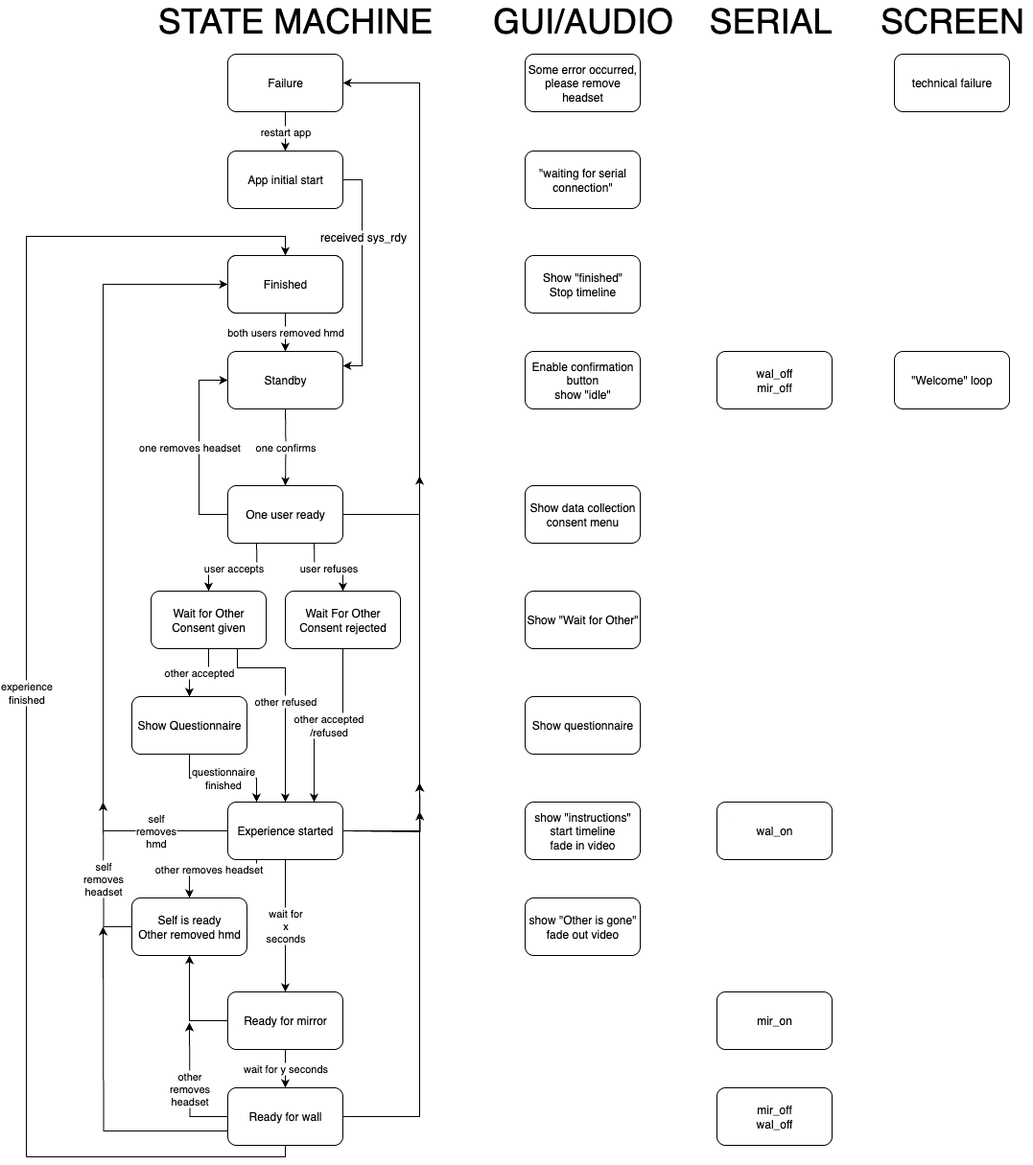
The draw.io diagram Docs/Technorama/Technorama flow.png in BeAnotherLab/The-Machine-to-be-Another-Unity, before a commit. Source tidied: cells renumbered, new cells last; positions are measured from the earlier drawing's top-left corner, leaving out a move shared by most shapes.
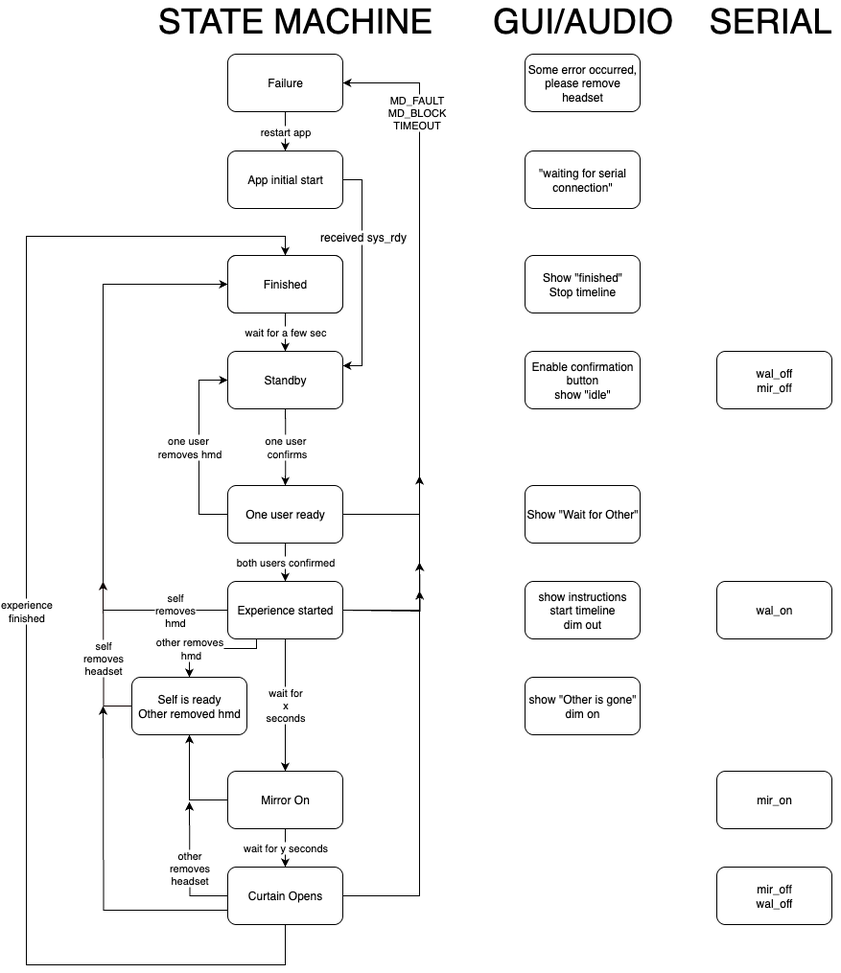
Above is the later version.

Commit message:
more accurate technorama flow

The edit, as a diff of the source:
```diff
@@ -4,8 +4,8 @@
     <mxCell id="1" parent="0" />
-    <mxCell id="2" value="both users removed hmd" style="edgeStyle=orthogonalEdgeStyle;rounded=0;jettySize=auto;html=1;" parent="1" edge="1" source="3" target="4">
-      <mxGeometry relative="1" as="geometry" />
-    </mxCell>
-    <mxCell id="3" value="Finished" style="rounded=1;whiteSpace=wrap;html=1;" parent="1" vertex="1">
-      <mxGeometry x="210" y="260" width="120" height="60" as="geometry" />
-    </mxCell>
+    <mxCell id="59" value="wait for a few sec" style="edgeStyle=orthogonalEdgeStyle;rounded=0;jettySize=auto;html=1;" parent="1" edge="1" source="60" target="4">
+      <mxGeometry relative="1" as="geometry" />
+    </mxCell>
+    <mxCell id="60" value="Finished" style="rounded=1;whiteSpace=wrap;html=1;" parent="1" vertex="1">
+      <mxGeometry x="210" y="260" width="120" height="60" as="geometry" />
+    </mxCell>
     <mxCell id="4" value="Standby" style="rounded=1;whiteSpace=wrap;html=1;" parent="1" vertex="1">
@@ -13,10 +13,10 @@
     </mxCell>
-    <mxCell id="5" value="&lt;div&gt;wait for &lt;br&gt;&lt;/div&gt;&lt;div&gt;x &lt;br&gt;&lt;/div&gt;&lt;div&gt;seconds&lt;br&gt;&lt;/div&gt;" style="edgeStyle=orthogonalEdgeStyle;rounded=0;jettySize=auto;html=1;" parent="1" edge="1" source="8" target="11">
+    <mxCell id="5" value="&lt;div&gt;wait for &lt;br&gt;&lt;/div&gt;&lt;div&gt;x &lt;br&gt;&lt;/div&gt;&lt;div&gt;seconds&lt;br&gt;&lt;/div&gt;" style="edgeStyle=orthogonalEdgeStyle;rounded=0;jettySize=auto;html=1;" parent="1" edge="1" source="8" target="63">
       <mxGeometry relative="1" as="geometry" />
     </mxCell>
-    <mxCell id="6" value="other removes headset" style="edgeStyle=orthogonalEdgeStyle;rounded=0;jettySize=auto;html=1;exitX=0.25;exitY=1;exitDx=0;exitDy=0;entryX=0.5;entryY=0;entryDx=0;entryDy=0;" parent="1" edge="1" source="8" target="22">
-      <mxGeometry x="0.09" relative="1" as="geometry">
+    <mxCell id="6" value="other removes&lt;div&gt;&amp;nbsp;hmd&lt;/div&gt;" style="edgeStyle=orthogonalEdgeStyle;rounded=0;jettySize=auto;html=1;exitX=0.25;exitY=1;exitDx=0;exitDy=0;entryX=0.5;entryY=0;entryDx=0;entryDy=0;" parent="1" edge="1" source="8" target="22">
+      <mxGeometry x="0.45" relative="1" as="geometry">
         <Array as="points">
-          <mxPoint x="240" y="900" />
-          <mxPoint x="170" y="900" />
+          <mxPoint x="240" y="670" />
+          <mxPoint x="170" y="670" />
         </Array>
@@ -24,29 +24,29 @@
     </mxCell>
-    <mxCell id="7" style="edgeStyle=orthogonalEdgeStyle;rounded=0;jettySize=auto;html=1;exitX=1;exitY=0.5;exitDx=0;exitDy=0;" parent="1" edge="1" source="8">
-      <mxGeometry relative="1" as="geometry">
-        <mxPoint x="410" y="810" as="targetPoint" />
-      </mxGeometry>
-    </mxCell>
+    <mxCell id="61" style="edgeStyle=orthogonalEdgeStyle;rounded=0;jettySize=auto;html=1;exitX=1;exitY=0.5;exitDx=0;exitDy=0;" parent="1" edge="1" source="8">
+      <mxGeometry relative="1" as="geometry">
+        <mxPoint x="410" y="580" as="targetPoint" />
+      </mxGeometry>
+    </mxCell>
     <mxCell id="8" value="Experience started" style="rounded=1;whiteSpace=wrap;html=1;" parent="1" vertex="1">
-      <mxGeometry x="210" y="830" width="120" height="60" as="geometry" />
+      <mxGeometry x="210" y="600" width="120" height="60" as="geometry" />
     </mxCell>
-    <mxCell id="9" value="&lt;div&gt;wait for y seconds&lt;/div&gt;" style="edgeStyle=orthogonalEdgeStyle;rounded=0;jettySize=auto;html=1;" parent="1" edge="1" source="11" target="16">
+    <mxCell id="9" value="&lt;div&gt;wait for y seconds&lt;/div&gt;" style="edgeStyle=orthogonalEdgeStyle;rounded=0;jettySize=auto;html=1;" parent="1" edge="1" source="63" target="67">
       <mxGeometry relative="1" as="geometry" />
     </mxCell>
-    <mxCell id="10" style="edgeStyle=orthogonalEdgeStyle;rounded=0;jettySize=auto;html=1;exitX=0;exitY=0.25;exitDx=0;exitDy=0;entryX=0.5;entryY=1;entryDx=0;entryDy=0;strokeColor=#000000;fontColor=#FF2121;" parent="1" edge="1" source="11" target="22">
-      <mxGeometry relative="1" as="geometry">
-        <Array as="points">
-          <mxPoint x="210" y="1058" />
-          <mxPoint x="170" y="1058" />
-        </Array>
-      </mxGeometry>
-    </mxCell>
-    <mxCell id="11" value="Ready for mirror" style="rounded=1;whiteSpace=wrap;html=1;" parent="1" vertex="1">
-      <mxGeometry x="210" y="1028" width="120" height="60" as="geometry" />
-    </mxCell>
+    <mxCell id="62" style="edgeStyle=orthogonalEdgeStyle;rounded=0;jettySize=auto;html=1;exitX=0;exitY=0.25;exitDx=0;exitDy=0;entryX=0.5;entryY=1;entryDx=0;entryDy=0;strokeColor=#000000;fontColor=#FF2121;" parent="1" edge="1" source="63" target="22">
+      <mxGeometry relative="1" as="geometry">
+        <Array as="points">
+          <mxPoint x="210" y="828" />
+          <mxPoint x="170" y="828" />
+        </Array>
+      </mxGeometry>
+    </mxCell>
+    <mxCell id="63" value="Mirror On" style="rounded=1;whiteSpace=wrap;html=1;" parent="1" vertex="1">
+      <mxGeometry x="210" y="798" width="120" height="60" as="geometry" />
+    </mxCell>
-    <mxCell id="12" value="&lt;div&gt;experience&lt;/div&gt;&lt;div&gt;finished&lt;br&gt;&lt;/div&gt;" style="edgeStyle=orthogonalEdgeStyle;rounded=0;jettySize=auto;html=1;entryX=0.5;entryY=0;entryDx=0;entryDy=0;exitX=0.5;exitY=1;exitDx=0;exitDy=0;" parent="1" edge="1" source="16" target="3">
+    <mxCell id="12" value="&lt;div&gt;experience&lt;/div&gt;&lt;div&gt;finished&lt;br&gt;&lt;/div&gt;" style="edgeStyle=orthogonalEdgeStyle;rounded=0;jettySize=auto;html=1;entryX=0.5;entryY=0;entryDx=0;entryDy=0;exitX=0.5;exitY=1;exitDx=0;exitDy=0;" parent="1" edge="1" source="67" target="60">
       <mxGeometry relative="1" as="geometry">
         <Array as="points">
-          <mxPoint x="270" y="1200" />
-          <mxPoint y="1200" />
+          <mxPoint x="270" y="1000" />
+          <mxPoint y="1000" />
           <mxPoint y="240" />
@@ -56,32 +56,37 @@
     </mxCell>
-    <mxCell id="13" style="edgeStyle=orthogonalEdgeStyle;rounded=0;jettySize=auto;html=1;exitX=1;exitY=0.5;exitDx=0;exitDy=0;entryX=1;entryY=0.5;entryDx=0;entryDy=0;" parent="1" edge="1" source="16" target="41">
-      <mxGeometry relative="1" as="geometry">
-        <Array as="points">
-          <mxPoint x="410" y="1158" />
-          <mxPoint x="410" y="80" />
-        </Array>
-      </mxGeometry>
-    </mxCell>
+    <mxCell id="64" style="edgeStyle=orthogonalEdgeStyle;rounded=0;jettySize=auto;html=1;exitX=1;exitY=0.5;exitDx=0;exitDy=0;entryX=1;entryY=0.5;entryDx=0;entryDy=0;" parent="1" edge="1" source="67" target="41">
+      <mxGeometry relative="1" as="geometry">
+        <Array as="points">
+          <mxPoint x="410" y="928" />
+          <mxPoint x="410" y="80" />
+        </Array>
+      </mxGeometry>
+    </mxCell>
+    <mxCell id="65" value="MD_FAULT&lt;div&gt;MD_BLOCK&lt;/div&gt;&lt;div&gt;TIMEOUT&lt;/div&gt;" style="edgeLabel;html=1;align=center;verticalAlign=middle;" parent="64" vertex="1">
+      <mxGeometry x="0.79" y="4" relative="1" as="geometry">
+        <mxPoint y="6" as="offset" />
+      </mxGeometry>
+    </mxCell>
-    <mxCell id="14" value="other&lt;br&gt;removes&lt;br&gt;headset" style="edgeStyle=orthogonalEdgeStyle;rounded=0;jettySize=auto;html=1;" parent="1" edge="1" source="16">
+    <mxCell id="14" value="other&lt;br&gt;removes&lt;br&gt;headset" style="edgeStyle=orthogonalEdgeStyle;rounded=0;jettySize=auto;html=1;" parent="1" edge="1" source="67">
       <mxGeometry relative="1" as="geometry">
-        <mxPoint x="170" y="1060" as="targetPoint" />
+        <mxPoint x="170" y="830" as="targetPoint" />
       </mxGeometry>
     </mxCell>
-    <mxCell id="15" style="edgeStyle=orthogonalEdgeStyle;rounded=0;jettySize=auto;html=1;exitX=0;exitY=0.75;exitDx=0;exitDy=0;" parent="1" edge="1" source="16">
-      <mxGeometry relative="1" as="geometry">
-        <mxPoint x="80" y="960" as="targetPoint" />
-      </mxGeometry>
-    </mxCell>
-    <mxCell id="16" value="Ready for wall" style="rounded=1;whiteSpace=wrap;html=1;" parent="1" vertex="1">
-      <mxGeometry x="210" y="1128" width="120" height="60" as="geometry" />
-    </mxCell>
-    <mxCell id="17" style="edgeStyle=orthogonalEdgeStyle;rounded=0;jettySize=auto;html=1;exitX=1;exitY=0.5;exitDx=0;exitDy=0;" parent="1" edge="1" source="19">
-      <mxGeometry relative="1" as="geometry">
-        <mxPoint x="410" y="490" as="targetPoint" />
-        <Array as="points">
-          <mxPoint x="410" y="530" />
-        </Array>
-      </mxGeometry>
-    </mxCell>
+    <mxCell id="66" style="edgeStyle=orthogonalEdgeStyle;rounded=0;jettySize=auto;html=1;exitX=0;exitY=0.75;exitDx=0;exitDy=0;" parent="1" edge="1" source="67">
+      <mxGeometry relative="1" as="geometry">
+        <mxPoint x="80" y="730" as="targetPoint" />
+      </mxGeometry>
+    </mxCell>
+    <mxCell id="67" value="Curtain Opens" style="rounded=1;whiteSpace=wrap;html=1;" parent="1" vertex="1">
+      <mxGeometry x="210" y="898" width="120" height="60" as="geometry" />
+    </mxCell>
+    <mxCell id="68" style="edgeStyle=orthogonalEdgeStyle;rounded=0;jettySize=auto;html=1;exitX=1;exitY=0.5;exitDx=0;exitDy=0;" parent="1" edge="1" source="19">
+      <mxGeometry relative="1" as="geometry">
+        <mxPoint x="410" y="490" as="targetPoint" />
+        <Array as="points">
+          <mxPoint x="410" y="530" />
+        </Array>
+      </mxGeometry>
+    </mxCell>
-    <mxCell id="18" value="one removes headset" style="edgeStyle=orthogonalEdgeStyle;rounded=0;jettySize=auto;html=1;exitX=0;exitY=0.5;exitDx=0;exitDy=0;entryX=0;entryY=0.5;entryDx=0;entryDy=0;" parent="1" edge="1" source="19" target="4">
+    <mxCell id="18" value="one user&amp;nbsp;&lt;div&gt;removes hmd&lt;/div&gt;" style="edgeStyle=orthogonalEdgeStyle;rounded=0;jettySize=auto;html=1;exitX=0;exitY=0.5;exitDx=0;exitDy=0;entryX=0;entryY=0.5;entryDx=0;entryDy=0;" parent="1" edge="1" source="19" target="4">
       <mxGeometry y="10" relative="1" as="geometry">
@@ -93,2 +98,5 @@
     </mxCell>
+    <mxCell id="69" value="both users confirmed" style="edgeStyle=orthogonalEdgeStyle;rounded=0;jettySize=auto;html=1;" parent="1" edge="1" source="19" target="8">
+      <mxGeometry relative="1" as="geometry" />
+    </mxCell>
     <mxCell id="19" value="One user ready" style="rounded=1;whiteSpace=wrap;html=1;" parent="1" vertex="1">
@@ -96,6 +104,6 @@
     </mxCell>
-    <mxCell id="20" value="&lt;div&gt;self &lt;br&gt;&lt;/div&gt;&lt;div&gt;removes&lt;/div&gt;&lt;div&gt;hmd&lt;br&gt;&lt;/div&gt;" style="edgeStyle=orthogonalEdgeStyle;rounded=0;jettySize=auto;html=1;entryX=0;entryY=0.5;entryDx=0;entryDy=0;exitX=0;exitY=0.5;exitDx=0;exitDy=0;" parent="1" edge="1" source="8" target="38">
+    <mxCell id="20" value="&lt;div&gt;self &lt;br&gt;&lt;/div&gt;&lt;div&gt;removes&lt;/div&gt;&lt;div&gt;hmd&lt;br&gt;&lt;/div&gt;" style="edgeStyle=orthogonalEdgeStyle;rounded=0;jettySize=auto;html=1;entryX=0;entryY=0.5;entryDx=0;entryDy=0;exitX=0;exitY=0.5;exitDx=0;exitDy=0;" parent="1" edge="1" source="8" target="72">
       <mxGeometry x="-0.82" relative="1" as="geometry">
         <Array as="points">
-          <mxPoint x="80" y="860" />
+          <mxPoint x="80" y="630" />
           <mxPoint x="80" y="290" />
@@ -106,3 +114,3 @@
       <mxGeometry relative="1" as="geometry">
-        <mxPoint x="80" y="830" as="targetPoint" />
+        <mxPoint x="80" y="600" as="targetPoint" />
       </mxGeometry>
@@ -110,3 +118,3 @@
     <mxCell id="22" value="&lt;div&gt;Self is ready &lt;br&gt;&lt;/div&gt;&lt;div&gt;Other removed hmd&lt;br&gt;&lt;/div&gt;" style="rounded=1;whiteSpace=wrap;html=1;" parent="1" vertex="1">
-      <mxGeometry x="110" y="930" width="120" height="60" as="geometry" />
+      <mxGeometry x="110" y="700" width="120" height="60" as="geometry" />
     </mxCell>
@@ -127,11 +135,8 @@
     </mxCell>
-    <mxCell id="28" value="&lt;div&gt;Show data collection consent menu&lt;br&gt;&lt;/div&gt;" style="rounded=1;whiteSpace=wrap;html=1;" parent="1" vertex="1">
-      <mxGeometry x="520" y="500" width="120" height="60" as="geometry" />
-    </mxCell>
-    <mxCell id="29" value="&lt;div&gt;show &quot;instructions&quot;&lt;br&gt;&lt;/div&gt;&lt;div&gt;start timeline&lt;br&gt;&lt;/div&gt;&lt;div&gt;fade in video&lt;br&gt;&lt;/div&gt;" style="rounded=1;whiteSpace=wrap;html=1;" parent="1" vertex="1">
-      <mxGeometry x="520" y="830" width="120" height="60" as="geometry" />
-    </mxCell>
-    <mxCell id="30" value="&lt;div&gt;show &quot;Other is gone&quot; &lt;br&gt;&lt;/div&gt;&lt;div&gt;fade out video&lt;br&gt;&lt;/div&gt;" style="rounded=1;whiteSpace=wrap;html=1;" parent="1" vertex="1">
-      <mxGeometry x="520" y="930" width="120" height="60" as="geometry" />
-    </mxCell>
+    <mxCell id="70" value="&lt;div&gt;show instructions&lt;br&gt;&lt;/div&gt;&lt;div&gt;start timeline&lt;br&gt;&lt;/div&gt;&lt;div&gt;dim out&lt;br&gt;&lt;/div&gt;" style="rounded=1;whiteSpace=wrap;html=1;" parent="1" vertex="1">
+      <mxGeometry x="520" y="600" width="120" height="60" as="geometry" />
+    </mxCell>
+    <mxCell id="71" value="&lt;div&gt;show &quot;Other is gone&quot; &lt;br&gt;&lt;/div&gt;&lt;div&gt;dim on&lt;br&gt;&lt;/div&gt;" style="rounded=1;whiteSpace=wrap;html=1;" parent="1" vertex="1">
+      <mxGeometry x="520" y="700" width="120" height="60" as="geometry" />
+    </mxCell>
     <mxCell id="31" value="wal_off&lt;br&gt;mir_off" style="rounded=1;whiteSpace=wrap;html=1;" parent="1" vertex="1">
@@ -140,9 +145,9 @@
     <mxCell id="32" value="&lt;div&gt;wal_on&lt;/div&gt;" style="rounded=1;whiteSpace=wrap;html=1;" parent="1" vertex="1">
-      <mxGeometry x="720" y="830" width="120" height="60" as="geometry" />
+      <mxGeometry x="720" y="600" width="120" height="60" as="geometry" />
     </mxCell>
     <mxCell id="33" value="mir_on" style="rounded=1;whiteSpace=wrap;html=1;" parent="1" vertex="1">
-      <mxGeometry x="720" y="1028" width="120" height="60" as="geometry" />
+      <mxGeometry x="720" y="798" width="120" height="60" as="geometry" />
     </mxCell>
     <mxCell id="34" value="&lt;div&gt;mir_off&lt;/div&gt;&lt;div&gt;wal_off&lt;br&gt;&lt;/div&gt;" style="rounded=1;whiteSpace=wrap;html=1;" parent="1" vertex="1">
-      <mxGeometry x="720" y="1128" width="120" height="60" as="geometry" />
+      <mxGeometry x="720" y="898" width="120" height="60" as="geometry" />
     </mxCell>
@@ -159,5 +164,5 @@
     </mxCell>
-    <mxCell id="38" value="Finished" style="rounded=1;whiteSpace=wrap;html=1;" parent="1" vertex="1">
-      <mxGeometry x="210" y="260" width="120" height="60" as="geometry" />
-    </mxCell>
+    <mxCell id="72" value="Finished" style="rounded=1;whiteSpace=wrap;html=1;" parent="1" vertex="1">
+      <mxGeometry x="210" y="260" width="120" height="60" as="geometry" />
+    </mxCell>
     <mxCell id="39" value="&quot;waiting for serial connection&quot;" style="rounded=1;whiteSpace=wrap;html=1;" parent="1" vertex="1">
@@ -174,64 +179,16 @@
     </mxCell>
-    <mxCell id="43" value="&lt;font style=&quot;font-size: 36px&quot;&gt;SCREEN&lt;br&gt;&lt;/font&gt;" style="text;html=1;align=center;verticalAlign=middle;" parent="1" vertex="1">
-      <mxGeometry x="880" width="170" height="30" as="geometry" />
-    </mxCell>
-    <mxCell id="44" value="&quot;Welcome&quot; loop" style="rounded=1;whiteSpace=wrap;html=1;" parent="1" vertex="1">
-      <mxGeometry x="905" y="360" width="120" height="60" as="geometry" />
-    </mxCell>
-    <mxCell id="45" value="technical failure" style="rounded=1;whiteSpace=wrap;html=1;" parent="1" vertex="1">
-      <mxGeometry x="905" y="50" width="120" height="60" as="geometry" />
-    </mxCell>
-    <mxCell id="46" value="one confirms" style="edgeStyle=orthogonalEdgeStyle;rounded=0;jettySize=auto;html=1;" parent="1" edge="1" target="19">
-      <mxGeometry relative="1" as="geometry">
-        <mxPoint x="270" y="420" as="sourcePoint" />
-      </mxGeometry>
-    </mxCell>
-    <mxCell id="47" style="edgeStyle=orthogonalEdgeStyle;rounded=0;orthogonalLoop=1;jettySize=auto;html=1;exitX=1;exitY=0.5;exitDx=0;exitDy=0;" parent="1" edge="1">
-      <mxGeometry relative="1" as="geometry">
-        <mxPoint x="330" y="860" as="sourcePoint" />
-        <mxPoint x="410" y="840" as="targetPoint" />
-      </mxGeometry>
-    </mxCell>
-    <mxCell id="48" value="user accepts" style="edgeStyle=orthogonalEdgeStyle;rounded=0;jettySize=auto;html=1;exitX=0.25;exitY=1;exitDx=0;exitDy=0;entryX=0.5;entryY=0;entryDx=0;entryDy=0;" parent="1" edge="1" target="52">
-      <mxGeometry relative="1" as="geometry">
-        <mxPoint x="240" y="560" as="sourcePoint" />
-      </mxGeometry>
-    </mxCell>
-    <mxCell id="49" value="user refuses" style="edgeStyle=orthogonalEdgeStyle;rounded=0;jettySize=auto;html=1;exitX=0.75;exitY=1;exitDx=0;exitDy=0;" parent="1" edge="1" target="54">
-      <mxGeometry relative="1" as="geometry">
-        <mxPoint x="300" y="560" as="sourcePoint" />
-      </mxGeometry>
-    </mxCell>
-    <mxCell id="50" value="other accepted" style="edgeStyle=orthogonalEdgeStyle;rounded=0;jettySize=auto;html=1;" parent="1" edge="1" source="52" target="56">
-      <mxGeometry relative="1" as="geometry" />
-    </mxCell>
-    <mxCell id="51" value="other refused" style="edgeStyle=orthogonalEdgeStyle;rounded=0;jettySize=auto;html=1;exitX=0.75;exitY=1;exitDx=0;exitDy=0;entryX=0.5;entryY=0;entryDx=0;entryDy=0;" parent="1" edge="1" source="52" target="8">
-      <mxGeometry relative="1" as="geometry">
-        <Array as="points">
-          <mxPoint x="220" y="690" />
-          <mxPoint x="270" y="690" />
-        </Array>
-      </mxGeometry>
-    </mxCell>
-    <mxCell id="52" value="Wait for Other&lt;br&gt;Consent given" style="rounded=1;whiteSpace=wrap;html=1;" parent="1" vertex="1">
-      <mxGeometry x="130" y="610" width="120" height="60" as="geometry" />
-    </mxCell>
-    <mxCell id="53" value="other accepted&lt;br&gt;/refused" style="edgeStyle=orthogonalEdgeStyle;rounded=0;jettySize=auto;html=1;exitX=0.5;exitY=1;exitDx=0;exitDy=0;entryX=0.75;entryY=0;entryDx=0;entryDy=0;" parent="1" edge="1" source="54" target="8">
-      <mxGeometry relative="1" as="geometry" />
-    </mxCell>
-    <mxCell id="54" value="Wait For Other Consent rejected" style="rounded=1;whiteSpace=wrap;html=1;" parent="1" vertex="1">
-      <mxGeometry x="270" y="610" width="120" height="60" as="geometry" />
-    </mxCell>
-    <mxCell id="55" value="questionnaire&lt;br&gt;finished" style="edgeStyle=orthogonalEdgeStyle;rounded=0;jettySize=auto;html=1;entryX=0.25;entryY=0;entryDx=0;entryDy=0;" parent="1" edge="1" source="56" target="8">
-      <mxGeometry relative="1" as="geometry" />
-    </mxCell>
-    <mxCell id="56" value="Show Questionnaire" style="whiteSpace=wrap;html=1;rounded=1;" parent="1" vertex="1">
-      <mxGeometry x="110" y="720" width="120" height="60" as="geometry" />
-    </mxCell>
+    <mxCell id="73" value="one user&lt;div&gt;&amp;nbsp;confirms&lt;/div&gt;" style="edgeStyle=orthogonalEdgeStyle;rounded=0;jettySize=auto;html=1;" parent="1" edge="1" target="19">
+      <mxGeometry relative="1" as="geometry">
+        <mxPoint x="270" y="420" as="sourcePoint" />
+      </mxGeometry>
+    </mxCell>
+    <mxCell id="74" style="edgeStyle=orthogonalEdgeStyle;rounded=0;orthogonalLoop=1;jettySize=auto;html=1;exitX=1;exitY=0.5;exitDx=0;exitDy=0;" parent="1" edge="1">
+      <mxGeometry relative="1" as="geometry">
+        <mxPoint x="330" y="630" as="sourcePoint" />
+        <mxPoint x="410" y="610" as="targetPoint" />
+      </mxGeometry>
+    </mxCell>
     <mxCell id="57" value="&lt;div&gt;Show &quot;Wait for Other&quot;&lt;/div&gt;" style="rounded=1;whiteSpace=wrap;html=1;" parent="1" vertex="1">
-      <mxGeometry x="520" y="610" width="120" height="60" as="geometry" />
+      <mxGeometry x="520" y="500" width="120" height="60" as="geometry" />
     </mxCell>
-    <mxCell id="58" value="&lt;div&gt;Show questionnaire&lt;/div&gt;" style="rounded=1;whiteSpace=wrap;html=1;" parent="1" vertex="1">
-      <mxGeometry x="520" y="720" width="120" height="60" as="geometry" />
-    </mxCell>
   </root>
```
